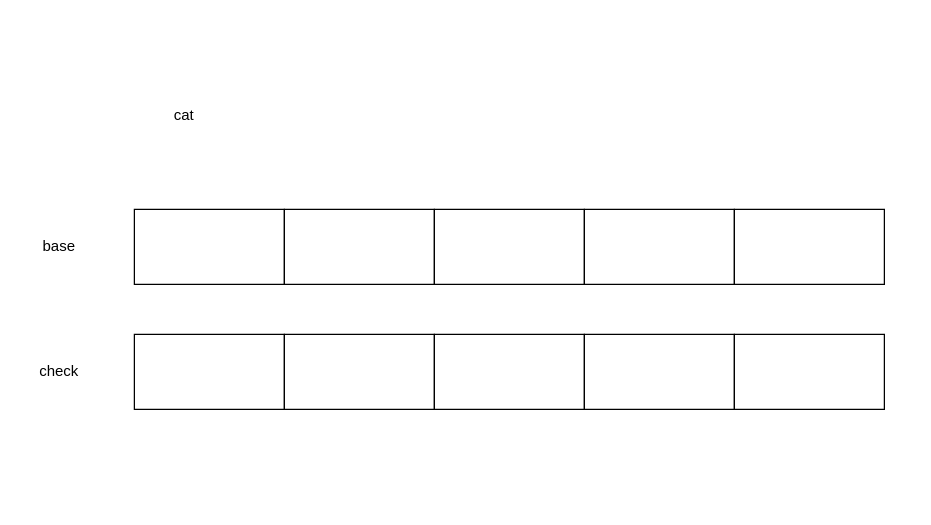
The draw.io diagram doubletrie.drawio in hashyong/drawio, before the edit. Source tidied: cells renumbered, new cells numbered last; positions are measured from the earlier drawing's top-left corner, leaving out a move shared by most shapes. Both pictures are drawn from the tidied source at 125%, with x=0, y=0 at pixel (21, 96).
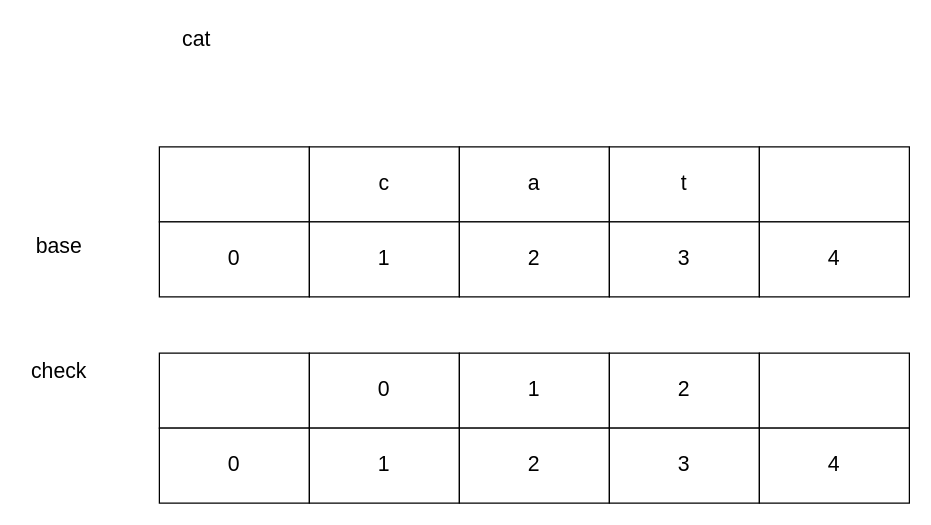
After the change.

The edit, as a diff of the source:
```diff
@@
-    <mxCell id="2" style="rounded=0;whiteSpace=wrap;html=1;" parent="1" vertex="1">
-      <mxGeometry x="90" y="90" width="120" height="60" as="geometry" />
+    <mxCell id="2" style="rounded=0;whiteSpace=wrap;html=1;fontSize=17;" parent="1" vertex="1">
+      <mxGeometry x="110" y="40" width="120" height="60" as="geometry" />
     </mxCell>
-    <mxCell id="3" value="base" style="text;html=1;align=center;verticalAlign=middle;whiteSpace=wrap;rounded=0;" parent="1" vertex="1">
+    <mxCell id="3" value="base" style="text;html=1;align=center;verticalAlign=middle;whiteSpace=wrap;rounded=0;fontSize=17;" parent="1" vertex="1">
       <mxGeometry y="105" width="60" height="30" as="geometry" />
     </mxCell>
-    <mxCell id="4" value="check" style="text;html=1;align=center;verticalAlign=middle;whiteSpace=wrap;rounded=0;" parent="1" vertex="1">
+    <mxCell id="4" value="check" style="text;html=1;align=center;verticalAlign=middle;whiteSpace=wrap;rounded=0;fontSize=17;" parent="1" vertex="1">
       <mxGeometry y="205" width="60" height="30" as="geometry" />
     </mxCell>
-    <mxCell id="5" style="rounded=0;whiteSpace=wrap;html=1;" parent="1" vertex="1">
-      <mxGeometry x="210" y="90" width="120" height="60" as="geometry" />
+    <mxCell id="5" value="c" style="rounded=0;whiteSpace=wrap;html=1;fontSize=17;" parent="1" vertex="1">
+      <mxGeometry x="230" y="40" width="120" height="60" as="geometry" />
     </mxCell>
-    <mxCell id="6" style="rounded=0;whiteSpace=wrap;html=1;" parent="1" vertex="1">
-      <mxGeometry x="330" y="90" width="120" height="60" as="geometry" />
+    <mxCell id="6" value="a" style="rounded=0;whiteSpace=wrap;html=1;fontSize=17;" parent="1" vertex="1">
+      <mxGeometry x="350" y="40" width="120" height="60" as="geometry" />
     </mxCell>
-    <mxCell id="7" style="rounded=0;whiteSpace=wrap;html=1;" parent="1" vertex="1">
-      <mxGeometry x="450" y="90" width="120" height="60" as="geometry" />
+    <mxCell id="7" value="t" style="rounded=0;whiteSpace=wrap;html=1;fontSize=17;" parent="1" vertex="1">
+      <mxGeometry x="470" y="40" width="120" height="60" as="geometry" />
     </mxCell>
-    <mxCell id="8" style="rounded=0;whiteSpace=wrap;html=1;" parent="1" vertex="1">
-      <mxGeometry x="570" y="90" width="120" height="60" as="geometry" />
+    <mxCell id="8" style="rounded=0;whiteSpace=wrap;html=1;fontSize=17;" parent="1" vertex="1">
+      <mxGeometry x="590" y="40" width="120" height="60" as="geometry" />
     </mxCell>
-    <mxCell id="9" style="rounded=0;whiteSpace=wrap;html=1;" parent="1" vertex="1">
-      <mxGeometry x="90" y="190" width="120" height="60" as="geometry" />
+    <mxCell id="9" value="0" style="rounded=0;whiteSpace=wrap;html=1;fontSize=17;" parent="1" vertex="1">
+      <mxGeometry x="110" y="100" width="120" height="60" as="geometry" />
     </mxCell>
-    <mxCell id="10" style="rounded=0;whiteSpace=wrap;html=1;" parent="1" vertex="1">
-      <mxGeometry x="210" y="190" width="120" height="60" as="geometry" />
+    <mxCell id="10" value="1" style="rounded=0;whiteSpace=wrap;html=1;fontSize=17;" parent="1" vertex="1">
+      <mxGeometry x="230" y="100" width="120" height="60" as="geometry" />
     </mxCell>
-    <mxCell id="11" style="rounded=0;whiteSpace=wrap;html=1;" parent="1" vertex="1">
-      <mxGeometry x="330" y="190" width="120" height="60" as="geometry" />
+    <mxCell id="11" value="2" style="rounded=0;whiteSpace=wrap;html=1;fontSize=17;" parent="1" vertex="1">
+      <mxGeometry x="350" y="100" width="120" height="60" as="geometry" />
     </mxCell>
-    <mxCell id="12" style="rounded=0;whiteSpace=wrap;html=1;" parent="1" vertex="1">
-      <mxGeometry x="450" y="190" width="120" height="60" as="geometry" />
+    <mxCell id="12" value="3" style="rounded=0;whiteSpace=wrap;html=1;fontSize=17;" parent="1" vertex="1">
+      <mxGeometry x="470" y="100" width="120" height="60" as="geometry" />
     </mxCell>
-    <mxCell id="13" style="rounded=0;whiteSpace=wrap;html=1;" parent="1" vertex="1">
-      <mxGeometry x="570" y="190" width="120" height="60" as="geometry" />
+    <mxCell id="13" value="4" style="rounded=0;whiteSpace=wrap;html=1;fontSize=17;" parent="1" vertex="1">
+      <mxGeometry x="590" y="100" width="120" height="60" as="geometry" />
     </mxCell>
-    <mxCell id="14" value="cat" style="text;html=1;align=center;verticalAlign=middle;whiteSpace=wrap;rounded=0;" parent="1" vertex="1">
-      <mxGeometry x="100" width="60" height="30" as="geometry" />
+    <mxCell id="14" value="cat" style="text;html=1;align=center;verticalAlign=middle;whiteSpace=wrap;rounded=0;fontSize=17;" parent="1" vertex="1">
+      <mxGeometry x="110" y="-60" width="60" height="30" as="geometry" />
     </mxCell>
+    <mxCell id="15" style="rounded=0;whiteSpace=wrap;html=1;fontSize=17;" parent="1" vertex="1">
+      <mxGeometry x="110" y="205" width="120" height="60" as="geometry" />
+    </mxCell>
+    <mxCell id="16" value="0" style="rounded=0;whiteSpace=wrap;html=1;fontSize=17;" parent="1" vertex="1">
+      <mxGeometry x="230" y="205" width="120" height="60" as="geometry" />
+    </mxCell>
+    <mxCell id="17" value="1" style="rounded=0;whiteSpace=wrap;html=1;fontSize=17;" parent="1" vertex="1">
+      <mxGeometry x="350" y="205" width="120" height="60" as="geometry" />
+    </mxCell>
+    <mxCell id="18" value="2" style="rounded=0;whiteSpace=wrap;html=1;fontSize=17;" parent="1" vertex="1">
+      <mxGeometry x="470" y="205" width="120" height="60" as="geometry" />
+    </mxCell>
+    <mxCell id="19" style="rounded=0;whiteSpace=wrap;html=1;fontSize=17;" parent="1" vertex="1">
+      <mxGeometry x="590" y="205" width="120" height="60" as="geometry" />
+    </mxCell>
+    <mxCell id="20" value="0" style="rounded=0;whiteSpace=wrap;html=1;fontSize=17;" parent="1" vertex="1">
+      <mxGeometry x="110" y="265" width="120" height="60" as="geometry" />
+    </mxCell>
+    <mxCell id="21" value="1" style="rounded=0;whiteSpace=wrap;html=1;fontSize=17;" parent="1" vertex="1">
+      <mxGeometry x="230" y="265" width="120" height="60" as="geometry" />
+    </mxCell>
+    <mxCell id="22" value="2" style="rounded=0;whiteSpace=wrap;html=1;fontSize=17;" parent="1" vertex="1">
+      <mxGeometry x="350" y="265" width="120" height="60" as="geometry" />
+    </mxCell>
+    <mxCell id="23" value="3" style="rounded=0;whiteSpace=wrap;html=1;fontSize=17;" parent="1" vertex="1">
+      <mxGeometry x="470" y="265" width="120" height="60" as="geometry" />
+    </mxCell>
+    <mxCell id="24" value="4" style="rounded=0;whiteSpace=wrap;html=1;fontSize=17;" parent="1" vertex="1">
+      <mxGeometry x="590" y="265" width="120" height="60" as="geometry" />
+    </mxCell>
```
